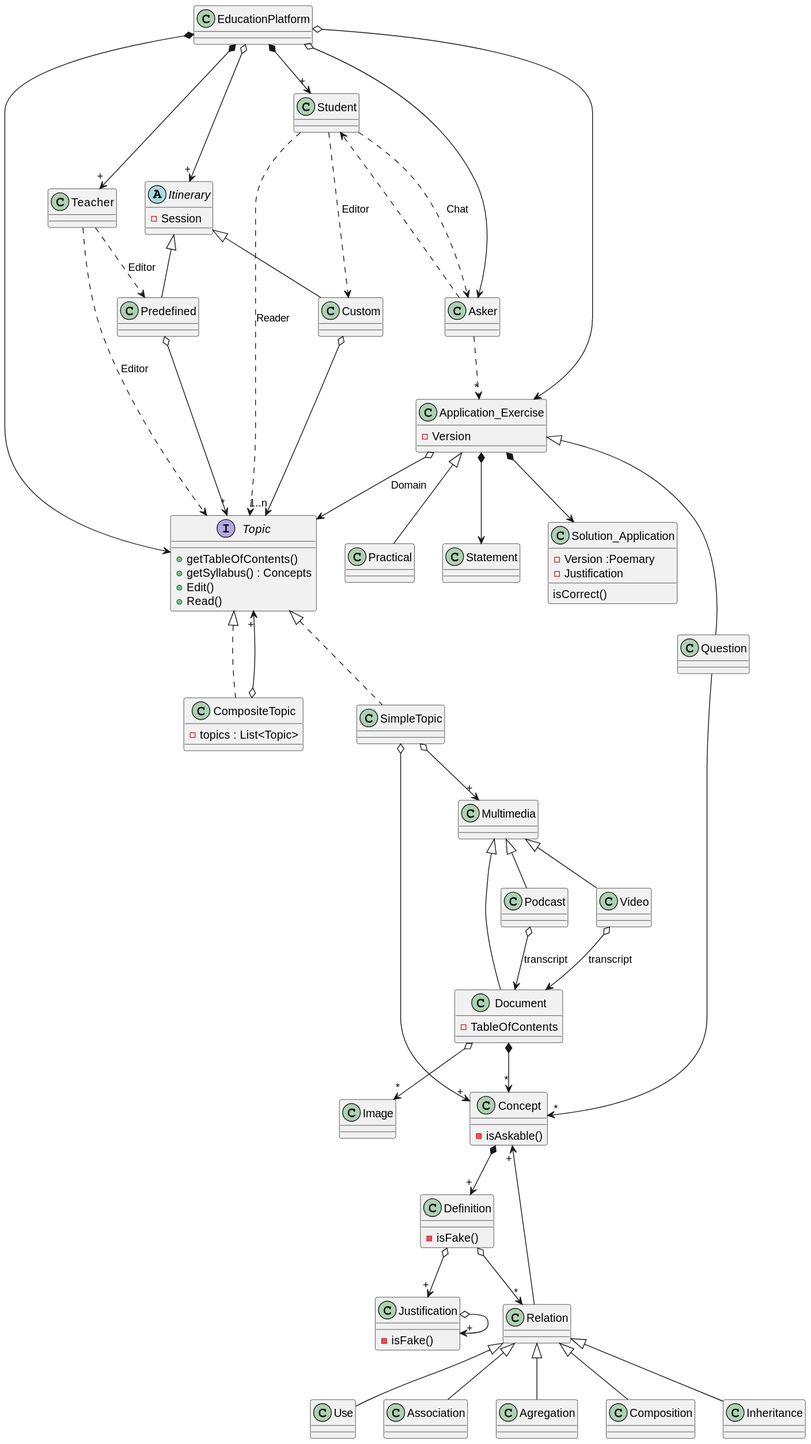
Joselon/joselon.github.io keeps this PlantUML diagram as PracticasMaster/01_Modelado_O/diagrams/plataformaFormacion/EducationPlatformDomain.svg. Above is the earlier version.
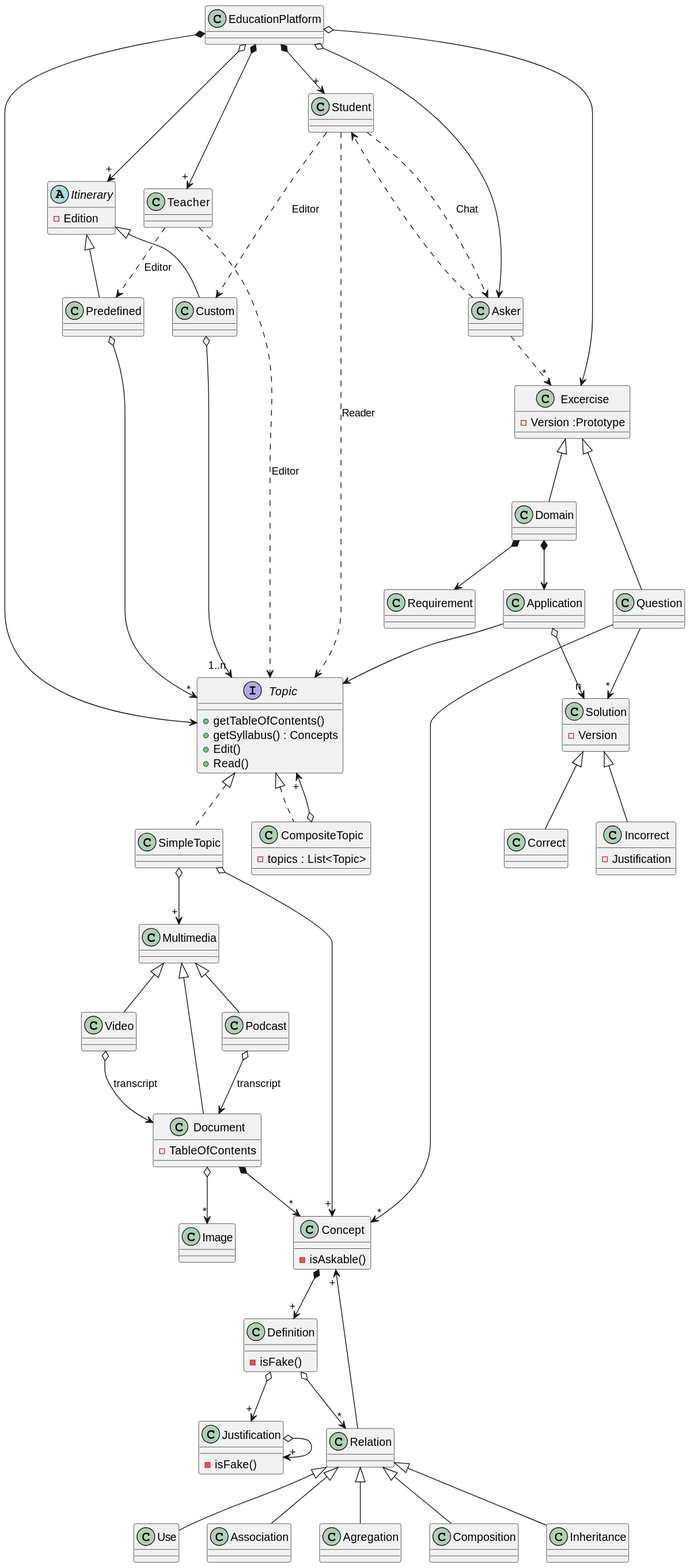
Later version of the same file.

Commit message:
PlataformaFormacion. update team meeting uml

Change to the diagram source:
```diff
@@ -1,6 +1,6 @@
 @startuml
 abstract Itinerary {
-    - Session
+    - Edition
 }
 
 interface Topic{
@@ -18,14 +18,16 @@
     - topics : List<Topic>
 }
 
-class Application_Exercise {
+class Excercise {
+    - Version :Prototype
+}
+
+class Solution {
     - Version
 }
 
-class Solution_Application {
-    - Version :Poemary
-    - Justification
-    isCorrect()
+class Incorrect {
+- Justification
 }
 
 class Document {
@@ -53,19 +55,24 @@
 EducationPlatform *--> Topic
 EducationPlatform o--> "+" Itinerary
 EducationPlatform o--> Asker
-EducationPlatform o--> Application_Exercise
+EducationPlatform o--> Excercise
 
-Asker ..>"*" Application_Exercise
+Asker ..>"*" Excercise
 Asker...> Student
 Student...> Asker :Chat
 
-Application_Exercise o--> Topic:Domain
-Application_Exercise <|-- Question
-Application_Exercise <|-- Practical
-Application_Exercise *--> Statement
-Application_Exercise *--> Solution_Application
+Excercise <|-- Domain
+Domain *--> Application
+Domain *--> Requirement
+Application --> Topic
+Excercise <|-- Question
+Application o-->"n" Solution
+Solution <|-- Correct
+Solution <|-- Incorrect
 
 Question -->"*" Concept
+Question -->"*" Solution
+
 
 Teacher ..> Topic : Editor
 Teacher ..> Predefined : Editor
```
